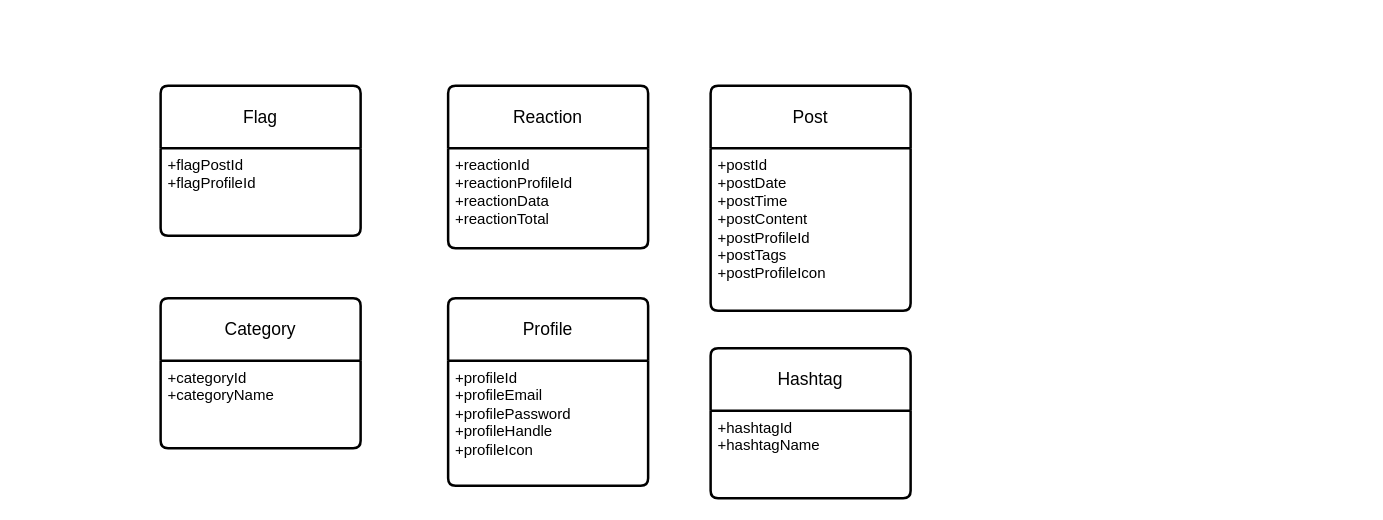
Before: Entity Relationship Diagram.drawio in dreamy-dream-team/dream-team, a draw.io diagram. Source tidied: cells renumbered, new cells numbered last; positions are measured from the earlier drawing's top-left corner, leaving out a move shared by most shapes. Both pictures are drawn from the tidied source at 125%, with x=0, y=0 at pixel (160, 85).
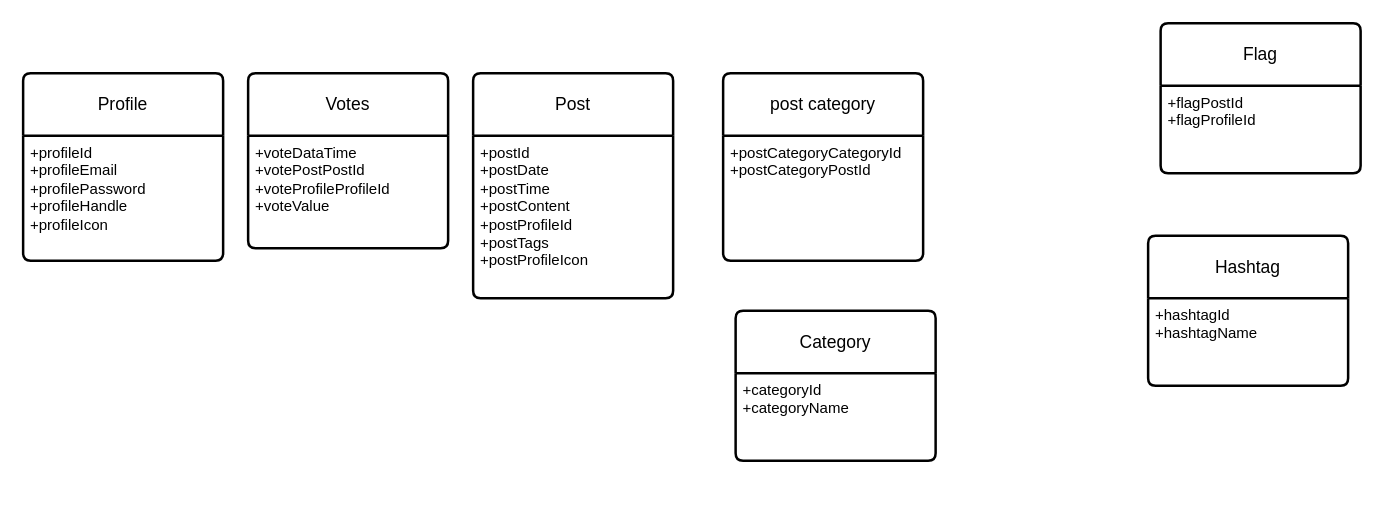
The same diagram, later.

Diff of the diagram source:
```diff
@@
 <mxGraphModel>
   <root>
     <mxCell id="0" />
     <mxCell id="1" parent="0" />
     <mxCell id="2" value="Flag" style="swimlane;horizontal=1;startSize=50;rounded=1;fontSize=14;fontStyle=0;strokeWidth=2;shadow=0;dashed=0;align=center;arcSize=4;whiteSpace=wrap;html=1;" parent="1" vertex="1">
-      <mxGeometry width="160" height="120" as="geometry" />
+      <mxGeometry x="800" y="-50" width="160" height="120" as="geometry" />
     </mxCell>
     <mxCell id="3" value="+flagPostId&lt;br&gt;+flagProfileId" style="align=left;strokeColor=none;fillColor=none;spacingLeft=4;fontSize=12;verticalAlign=top;html=1;" parent="2" vertex="1">
       <mxGeometry y="50" width="160" height="70" as="geometry" />
     </mxCell>
-    <mxCell id="4" value="Reaction" style="swimlane;horizontal=1;startSize=50;rounded=1;fontSize=14;fontStyle=0;strokeWidth=2;shadow=0;dashed=0;align=center;arcSize=4;whiteSpace=wrap;html=1;" parent="1" vertex="1">
-      <mxGeometry x="230" width="160" height="130" as="geometry" />
+    <mxCell id="4" value="Votes" style="swimlane;horizontal=1;startSize=50;rounded=1;fontSize=14;fontStyle=0;strokeWidth=2;shadow=0;dashed=0;align=center;arcSize=4;whiteSpace=wrap;html=1;" parent="1" vertex="1">
+      <mxGeometry x="70" y="-10" width="160" height="140" as="geometry" />
     </mxCell>
-    <mxCell id="5" value="+reactionId&lt;br&gt;+reactionProfileId&lt;br&gt;+reactionData&lt;br&gt;+reactionTotal" style="align=left;strokeColor=none;fillColor=none;spacingLeft=4;fontSize=12;verticalAlign=top;html=1;" parent="4" vertex="1">
-      <mxGeometry y="50" width="160" height="80" as="geometry" />
+    <mxCell id="5" value="+voteDataTime&lt;br&gt;+votePostPostId&lt;br&gt;+voteProfileProfileId&lt;br&gt;&lt;div&gt;+voteValue&lt;/div&gt;&lt;div&gt;&lt;br&gt;&lt;/div&gt;" style="align=left;strokeColor=none;fillColor=none;spacingLeft=4;fontSize=12;verticalAlign=top;html=1;" parent="4" vertex="1">
+      <mxGeometry y="50" width="160" height="90" as="geometry" />
     </mxCell>
     <mxCell id="6" value="Post" style="swimlane;horizontal=1;startSize=50;rounded=1;fontSize=14;fontStyle=0;strokeWidth=2;shadow=0;dashed=0;align=center;arcSize=4;whiteSpace=wrap;html=1;" parent="1" vertex="1">
-      <mxGeometry x="440" width="160" height="180" as="geometry" />
+      <mxGeometry x="250" y="-10" width="160" height="180" as="geometry" />
     </mxCell>
     <mxCell id="7" value="+postId&lt;br&gt;+postDate&lt;br&gt;+postTime&lt;br&gt;+postContent&lt;br&gt;+postProfileId&lt;br&gt;+postTags&lt;br&gt;+postProfileIcon" style="align=left;strokeColor=none;fillColor=none;spacingLeft=4;fontSize=12;verticalAlign=top;html=1;" parent="6" vertex="1">
       <mxGeometry y="50" width="160" height="130" as="geometry" />
     </mxCell>
     <mxCell id="8" value="Category" style="swimlane;horizontal=1;startSize=50;rounded=1;fontSize=14;fontStyle=0;strokeWidth=2;shadow=0;dashed=0;align=center;arcSize=4;whiteSpace=wrap;html=1;" parent="1" vertex="1">
-      <mxGeometry y="170" width="160" height="120" as="geometry" />
+      <mxGeometry x="460" y="180" width="160" height="120" as="geometry" />
     </mxCell>
     <mxCell id="9" value="+categoryId&lt;br&gt;+categoryName" style="align=left;strokeColor=none;fillColor=none;spacingLeft=4;fontSize=12;verticalAlign=top;html=1;" parent="8" vertex="1">
       <mxGeometry y="50" width="160" height="70" as="geometry" />
     </mxCell>
     <mxCell id="10" value="Profile" style="swimlane;horizontal=1;startSize=50;rounded=1;fontSize=14;fontStyle=0;strokeWidth=2;shadow=0;dashed=0;align=center;arcSize=4;whiteSpace=wrap;html=1;" parent="1" vertex="1">
-      <mxGeometry x="230" y="170" width="160" height="150" as="geometry" />
+      <mxGeometry x="-110" y="-10" width="160" height="150" as="geometry" />
     </mxCell>
     <mxCell id="11" value="+profileId&lt;br&gt;+profileEmail&lt;br&gt;+profilePassword&lt;br&gt;+profileHandle&lt;br&gt;+profileIcon" style="align=left;strokeColor=none;fillColor=none;spacingLeft=4;fontSize=12;verticalAlign=top;html=1;" parent="10" vertex="1">
       <mxGeometry y="50" width="160" height="100" as="geometry" />
     </mxCell>
     <mxCell id="12" value="Hashtag" style="swimlane;horizontal=1;startSize=50;rounded=1;fontSize=14;fontStyle=0;strokeWidth=2;shadow=0;dashed=0;align=center;arcSize=4;whiteSpace=wrap;html=1;" parent="1" vertex="1">
-      <mxGeometry x="440" y="210" width="160" height="120" as="geometry" />
+      <mxGeometry x="790" y="120" width="160" height="120" as="geometry" />
     </mxCell>
     <mxCell id="13" value="+hashtagId&lt;br&gt;+hashtagName" style="align=left;strokeColor=none;fillColor=none;spacingLeft=4;fontSize=12;verticalAlign=top;html=1;" parent="12" vertex="1">
       <mxGeometry y="50" width="160" height="70" as="geometry" />
     </mxCell>
+    <mxCell id="14" value="post category" style="swimlane;horizontal=1;startSize=50;rounded=1;fontSize=14;fontStyle=0;strokeWidth=2;shadow=0;dashed=0;align=center;arcSize=4;whiteSpace=wrap;html=1;" parent="1" vertex="1">
+      <mxGeometry x="450" y="-10" width="160" height="150" as="geometry" />
+    </mxCell>
+    <mxCell id="15" value="+postCategoryCategoryId&lt;br&gt;+postCategoryPostId&lt;br&gt;" style="align=left;strokeColor=none;fillColor=none;spacingLeft=4;fontSize=12;verticalAlign=top;html=1;" parent="14" vertex="1">
+      <mxGeometry y="50" width="160" height="100" as="geometry" />
+    </mxCell>
   </root>
 </mxGraphModel>
```
